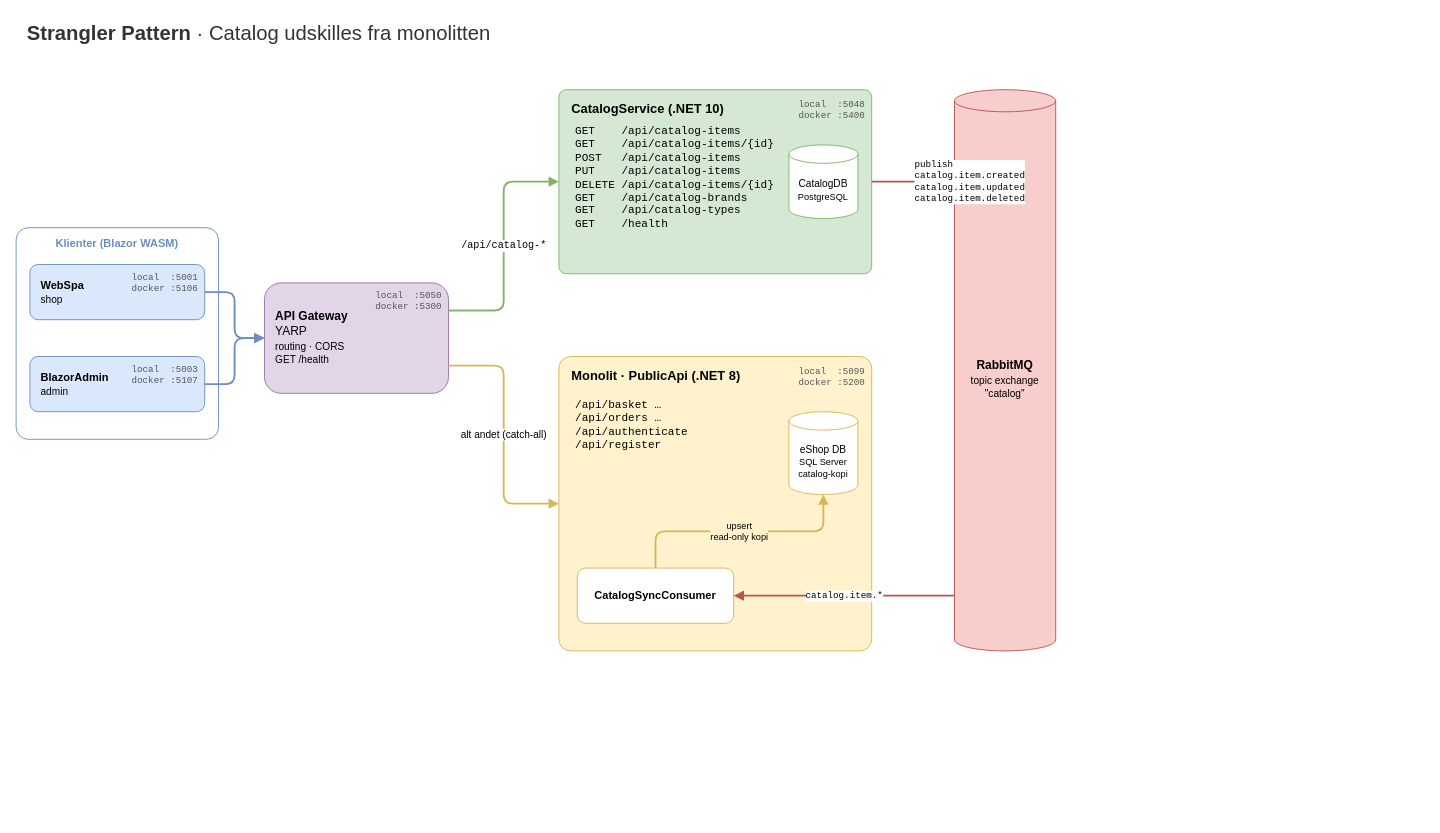
Earlier version of the draw.io diagram docs/architecture.drawio (RasmusRosengaard/eShopWebHeadless). Source tidied: cells renumbered, new cells numbered last; positions are measured from the earlier drawing's top-left corner, leaving out a move shared by most shapes. Both pictures are drawn from the tidied source at 92%, with x=0, y=0 at pixel (16, 16).
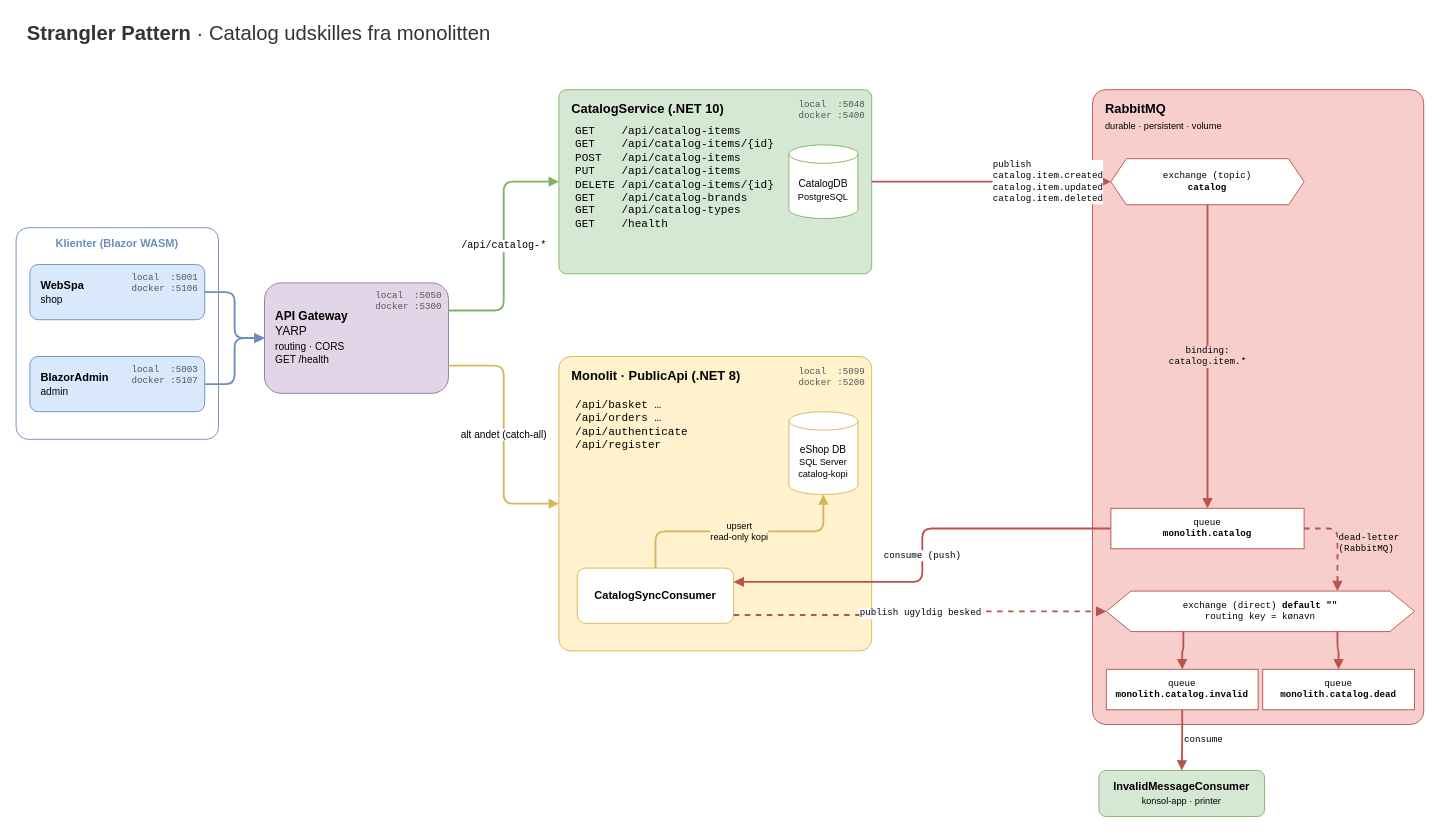
Above is the later version.

Commit message (it also covers changes not shown here):
Invalid Message Channel: ugyldige catalog-events parkeres i monolith.catalog.invalid, konsol-app læser køen + docs/diagrammer

Unchanged cells that the change refers to:
```xml
<mxCell id="7" value="CatalogService (.NET 10)" style="rounded=1;arcSize=4;whiteSpace=wrap;html=1;fillColor=#d5e8d4;strokeColor=#82b366;verticalAlign=top;fontStyle=1;fontSize=14;spacingTop=6;align=left;spacingLeft=12;" parent="1" vertex="1">
  <mxGeometry x="590" y="80" width="340" height="200" as="geometry" />
</mxCell>
<mxCell id="13" value="&lt;b&gt;CatalogSyncConsumer&lt;/b&gt;" style="rounded=1;whiteSpace=wrap;html=1;fillColor=#ffffff;strokeColor=#d6b656;fontSize=12;" parent="1" vertex="1">
  <mxGeometry x="610" y="600" width="170" height="60" as="geometry" />
</mxCell>
```

Diff of the diagram source:
```diff
@@
-    <mxCell id="14" value="&lt;b&gt;RabbitMQ&lt;/b&gt;&lt;br&gt;&lt;font style=&quot;font-size:11px&quot;&gt;topic exchange&lt;br&gt;&quot;catalog&quot;&lt;/font&gt;" style="shape=cylinder3;whiteSpace=wrap;html=1;boundedLbl=1;backgroundOutline=1;size=12;fillColor=#f8cecc;strokeColor=#b85450;fontSize=13;" parent="1" vertex="1">
-      <mxGeometry x="1020" y="80" width="110" height="610" as="geometry" />
+    <mxCell id="14" value="RabbitMQ&lt;br&gt;&lt;font style=&quot;font-size:10px;font-weight:normal&quot;&gt;durable · persistent · volume&lt;/font&gt;" style="rounded=1;arcSize=4;whiteSpace=wrap;html=1;fillColor=#f8cecc;strokeColor=#b85450;verticalAlign=top;fontStyle=1;fontSize=14;spacingTop=6;align=left;spacingLeft=12;" parent="1" vertex="1">
+      <mxGeometry x="1170" y="80" width="360" height="690" as="geometry" />
     </mxCell>
+    <mxCell id="27" value="exchange (topic)&lt;br&gt;&lt;b&gt;catalog&lt;/b&gt;" style="shape=hexagon;perimeter=hexagonPerimeter2;size=0.08;whiteSpace=wrap;html=1;fillColor=#ffffff;strokeColor=#b85450;strokeWidth=1;fontFamily=Courier New;fontSize=10;" parent="1" vertex="1">
+      <mxGeometry x="1190" y="155" width="210" height="50" as="geometry" />
+    </mxCell>
+    <mxCell id="28" value="queue&lt;br&gt;&lt;b&gt;monolith.catalog&lt;/b&gt;" style="rounded=0;whiteSpace=wrap;html=1;fillColor=#ffffff;strokeColor=#b85450;strokeWidth=1;fontFamily=Courier New;fontSize=10;" parent="1" vertex="1">
+      <mxGeometry x="1190" y="535" width="210" height="44" as="geometry" />
+    </mxCell>
+    <mxCell id="29" value="exchange (direct) &lt;b&gt;default &amp;quot;&amp;quot;&lt;/b&gt;&lt;br&gt;routing key = kønavn" style="shape=hexagon;perimeter=hexagonPerimeter2;size=0.08;whiteSpace=wrap;html=1;fillColor=#ffffff;strokeColor=#b85450;strokeWidth=1;fontFamily=Courier New;fontSize=10;" parent="1" vertex="1">
+      <mxGeometry x="1185" y="625" width="335" height="44" as="geometry" />
+    </mxCell>
+    <mxCell id="30" value="queue&lt;br&gt;&lt;b&gt;monolith.catalog.invalid&lt;/b&gt;" style="rounded=0;whiteSpace=wrap;html=1;fillColor=#ffffff;strokeColor=#b85450;strokeWidth=1;fontFamily=Courier New;fontSize=10;" parent="1" vertex="1">
+      <mxGeometry x="1185" y="710" width="165" height="44" as="geometry" />
+    </mxCell>
+    <mxCell id="31" value="binding:&lt;br&gt;catalog.item.*" style="edgeStyle=orthogonalEdgeStyle;rounded=1;html=1;endArrow=block;endFill=1;strokeColor=#b85450;strokeWidth=2;fontSize=10;fontFamily=Courier New;exitX=0.5;exitY=1;exitDx=0;exitDy=0;entryX=0.5;entryY=0;entryDx=0;entryDy=0;labelBackgroundColor=#f8cecc;" parent="1" edge="1" source="27" target="28">
+      <mxGeometry relative="1" as="geometry" />
+    </mxCell>
+    <mxCell id="32" style="edgeStyle=orthogonalEdgeStyle;rounded=1;html=1;endArrow=block;endFill=1;strokeColor=#b85450;strokeWidth=2;fontSize=10;fontFamily=Courier New;exitX=0.25;exitY=1;exitDx=0;exitDy=0;entryX=0.5;entryY=0;entryDx=0;entryDy=0;labelBackgroundColor=#f8cecc;" parent="1" edge="1" source="29" target="30">
+      <mxGeometry relative="1" as="geometry" />
+    </mxCell>
@@
-    <mxCell id="19" value="publish&lt;br&gt;catalog.item.created&lt;br&gt;catalog.item.updated&lt;br&gt;catalog.item.deleted" style="edgeStyle=orthogonalEdgeStyle;rounded=1;html=1;endArrow=block;endFill=1;strokeColor=#b85450;strokeWidth=2;exitX=1;exitY=0.5;exitDx=0;exitDy=0;entryX=0;entryY=0;entryDx=0;entryDy=100;entryPerimeter=0;fontSize=10;fontFamily=Courier New;labelBackgroundColor=#ffffff;align=left;" parent="1" edge="1" source="7" target="14">
+    <mxCell id="19" value="publish&lt;br&gt;catalog.item.created&lt;br&gt;catalog.item.updated&lt;br&gt;catalog.item.deleted" style="edgeStyle=orthogonalEdgeStyle;rounded=1;html=1;endArrow=block;endFill=1;strokeColor=#b85450;strokeWidth=2;exitX=1;exitY=0.5;exitDx=0;exitDy=0;entryX=0;entryY=0.5;entryDx=0;entryDy=0;fontSize=10;fontFamily=Courier New;labelBackgroundColor=#ffffff;align=left;" parent="1" edge="1" source="7" target="27">
       <mxGeometry relative="1" as="geometry" />
     </mxCell>
-    <mxCell id="20" value="catalog.item.*" style="edgeStyle=orthogonalEdgeStyle;rounded=1;html=1;endArrow=block;endFill=1;strokeColor=#b85450;strokeWidth=2;exitX=0;exitY=0;exitDx=0;exitDy=550;exitPerimeter=0;entryX=1;entryY=0.5;entryDx=0;entryDy=0;fontSize=10;fontFamily=Courier New;labelBackgroundColor=#ffffff;" parent="1" edge="1" source="14" target="13">
+    <mxCell id="20" value="consume (push)" style="edgeStyle=orthogonalEdgeStyle;rounded=1;html=1;endArrow=block;endFill=1;strokeColor=#b85450;strokeWidth=2;exitX=0;exitY=0.5;exitDx=0;exitDy=0;entryX=1;entryY=0.25;entryDx=0;entryDy=0;fontSize=10;fontFamily=Courier New;labelBackgroundColor=#ffffff;" parent="1" edge="1" source="28" target="13">
       <mxGeometry relative="1" as="geometry" />
     </mxCell>
+    <mxCell id="33" value="publish ugyldig besked" style="edgeStyle=orthogonalEdgeStyle;rounded=1;html=1;endArrow=block;endFill=1;strokeColor=#b85450;strokeWidth=2;dashed=1;exitX=1;exitY=0.85;exitDx=0;exitDy=0;entryX=0;entryY=0.5;entryDx=0;entryDy=0;fontSize=10;fontFamily=Courier New;labelBackgroundColor=#ffffff;" parent="1" edge="1" source="13" target="29">
+      <mxGeometry relative="1" as="geometry" />
+    </mxCell>
@@
+    <mxCell id="34" value="queue&lt;br&gt;&lt;b&gt;monolith.catalog.dead&lt;/b&gt;" style="rounded=0;whiteSpace=wrap;html=1;fillColor=#ffffff;strokeColor=#b85450;strokeWidth=1;fontFamily=Courier New;fontSize=10;" parent="1" vertex="1">
+      <mxGeometry x="1355" y="710" width="165" height="44" as="geometry" />
+    </mxCell>
+    <mxCell id="35" style="edgeStyle=orthogonalEdgeStyle;rounded=1;html=1;endArrow=block;endFill=1;strokeColor=#b85450;strokeWidth=2;fontSize=10;fontFamily=Courier New;exitX=0.75;exitY=1;exitDx=0;exitDy=0;entryX=0.5;entryY=0;entryDx=0;entryDy=0;labelBackgroundColor=#f8cecc;" parent="1" edge="1" source="29" target="34">
+      <mxGeometry relative="1" as="geometry" />
+    </mxCell>
+    <mxCell id="36" value="dead-letter&lt;br&gt;(RabbitMQ)" style="edgeStyle=orthogonalEdgeStyle;rounded=1;html=1;endArrow=block;endFill=1;strokeColor=#b85450;strokeWidth=2;dashed=1;exitX=1;exitY=0.5;exitDx=0;exitDy=0;entryX=0.75;entryY=0;entryDx=0;entryDy=0;fontSize=10;fontFamily=Courier New;labelBackgroundColor=#f8cecc;align=left;" parent="1" edge="1" source="28" target="29">
+      <mxGeometry relative="1" as="geometry" />
+    </mxCell>
+    <mxCell id="37" value="&lt;b&gt;InvalidMessageConsumer&lt;/b&gt;&lt;br&gt;&lt;font style=&quot;font-size:10px&quot;&gt;konsol-app · printer&lt;/font&gt;" style="rounded=1;whiteSpace=wrap;html=1;fillColor=#d5e8d4;strokeColor=#82b366;fontSize=12;" parent="1" vertex="1">
+      <mxGeometry x="1177" y="820" width="180" height="50" as="geometry" />
+    </mxCell>
+    <mxCell id="38" value="consume" style="edgeStyle=orthogonalEdgeStyle;rounded=1;html=1;endArrow=block;endFill=1;strokeColor=#b85450;strokeWidth=2;exitX=0.5;exitY=1;exitDx=0;exitDy=0;entryX=0.5;entryY=0;entryDx=0;entryDy=0;fontSize=10;fontFamily=Courier New;labelBackgroundColor=#ffffff;align=left;" parent="1" edge="1" source="30" target="37">
+      <mxGeometry relative="1" as="geometry" />
+    </mxCell>
```
